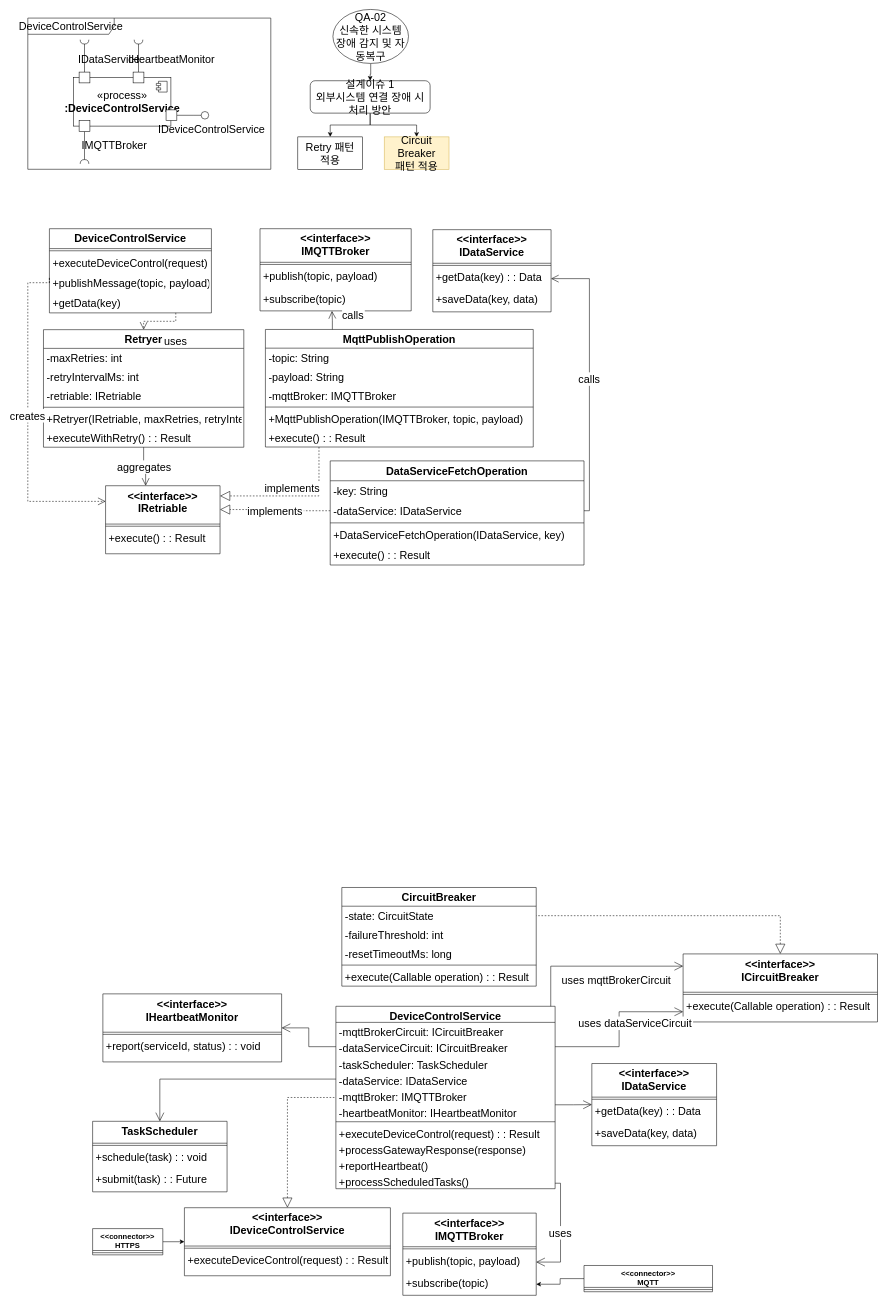
Earlier version of the draw.io diagram page "DeviceControlService" (3 of 5) of DetailedComponentDesign.drawio (GeniusHoon/AssociateArchitect). Source tidied: cells renumbered, new cells numbered last; positions are measured from the earlier drawing's top-left corner, leaving out a move shared by most shapes. Both pictures are drawn from the tidied source at 54%, with x=0, y=0 at pixel (28, 9).
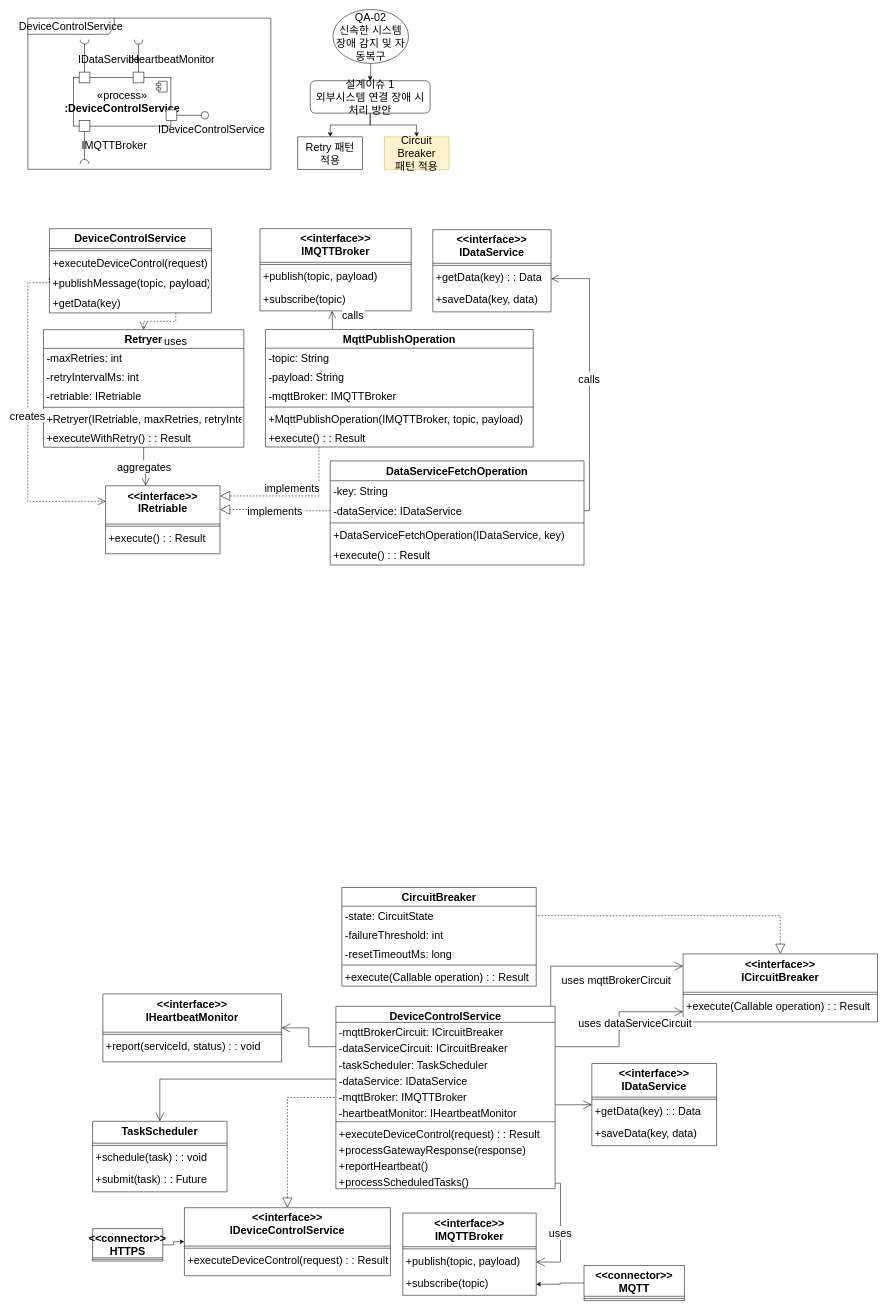
The same diagram, later.

Unchanged cells that the change refers to:
```xml
<mxCell id="93" value="&lt;&lt;interface&gt;&gt;&#10;IDeviceControlService" style="swimlane;fontStyle=1;align=center;verticalAlign=top;horizontal=1;startSize=70.98722076416016;fontSize=20;" parent="1" vertex="1">
  <mxGeometry x="290" y="2219" width="381.5" height="126" as="geometry" />
</mxCell>
<mxCell id="106" value="+subscribe(topic)" style="text;strokeColor=none;fillColor=none;align=left;verticalAlign=top;spacingLeft=4;spacingRight=4;overflow=hidden;points=[[0,0.5],[1,0.5]];portConstraint=eastwest;fontSize=20;" parent="103" vertex="1">
  <mxGeometry y="111.2" width="247" height="41" as="geometry" />
</mxCell>
```

What changed in the source:
```diff
@@
-    <mxCell id="118" style="edgeStyle=orthogonalEdgeStyle;rounded=0;jettySize=auto;html=1;exitX=0;exitY=0.5;exitDx=0;exitDy=0;entryX=1;entryY=0.5;entryDx=0;entryDy=0;" parent="1" edge="1" source="119" target="106">
+    <mxCell id="118" style="edgeStyle=orthogonalEdgeStyle;rounded=0;jettySize=auto;html=1;exitX=0;exitY=0.5;exitDx=0;exitDy=0;entryX=1;entryY=0.5;entryDx=0;entryDy=0;fontSize=20;" parent="1" edge="1" source="119" target="106">
       <mxGeometry relative="1" as="geometry" />
     </mxCell>
-    <mxCell id="119" value="&lt;&lt;connector&gt;&gt;&#10;MQTT" style="swimlane;fontStyle=1;align=center;verticalAlign=top;horizontal=1;startSize=40.56412615094866;fontSize=14;" parent="1" vertex="1">
-      <mxGeometry x="1030" y="2326" width="238" height="48.6" as="geometry" />
+    <mxCell id="119" value="&lt;&lt;connector&gt;&gt;&#10;MQTT" style="swimlane;fontStyle=1;align=center;verticalAlign=top;horizontal=1;startSize=57;fontSize=20;" parent="1" vertex="1">
+      <mxGeometry x="1030" y="2326" width="186" height="65" as="geometry" />
     </mxCell>
-    <mxCell id="120" style="line;strokeWidth=1;fillColor=none;align=left;verticalAlign=middle;spacingTop=-1;spacingLeft=3;spacingRight=3;labelPosition=right;strokeColor=inherit;fontSize=14;" parent="119" vertex="1">
-      <mxGeometry y="40.6" width="238" height="8" as="geometry" />
+    <mxCell id="120" style="line;strokeWidth=1;fillColor=none;align=left;verticalAlign=middle;spacingTop=-1;spacingLeft=3;spacingRight=3;labelPosition=right;strokeColor=inherit;fontSize=20;" parent="119" vertex="1">
+      <mxGeometry y="57" width="186" height="8" as="geometry" />
     </mxCell>
-    <mxCell id="121" style="edgeStyle=orthogonalEdgeStyle;rounded=0;jettySize=auto;html=1;exitX=1;exitY=0.5;exitDx=0;exitDy=0;entryX=0;entryY=0.5;entryDx=0;entryDy=0;" parent="1" edge="1" source="122" target="93">
+    <mxCell id="121" style="edgeStyle=orthogonalEdgeStyle;rounded=0;jettySize=auto;html=1;exitX=1;exitY=0.5;exitDx=0;exitDy=0;entryX=0;entryY=0.5;entryDx=0;entryDy=0;fontSize=20;" parent="1" edge="1" source="122" target="93">
       <mxGeometry relative="1" as="geometry" />
     </mxCell>
-    <mxCell id="122" value="&lt;&lt;connector&gt;&gt;&#10;HTTPS" style="swimlane;fontStyle=1;align=center;verticalAlign=top;horizontal=1;startSize=40.56412615094866;fontSize=14;" parent="1" vertex="1">
-      <mxGeometry x="120" y="2257.7" width="130" height="48.6" as="geometry" />
+    <mxCell id="122" value="&lt;&lt;connector&gt;&gt;&#10;HTTPS" style="swimlane;fontStyle=1;align=center;verticalAlign=top;horizontal=1;startSize=54;fontSize=20;" parent="1" vertex="1">
+      <mxGeometry x="120" y="2257.7" width="130" height="60.1" as="geometry" />
     </mxCell>
-    <mxCell id="123" style="line;strokeWidth=1;fillColor=none;align=left;verticalAlign=middle;spacingTop=-1;spacingLeft=3;spacingRight=3;labelPosition=right;strokeColor=inherit;fontSize=14;" parent="122" vertex="1">
-      <mxGeometry y="40.6" width="130" height="8" as="geometry" />
+    <mxCell id="123" style="line;strokeWidth=1;fillColor=none;align=left;verticalAlign=middle;spacingTop=-1;spacingLeft=3;spacingRight=3;labelPosition=right;strokeColor=inherit;fontSize=20;" parent="122" vertex="1">
+      <mxGeometry y="53.6" width="130" height="6.6" as="geometry" />
     </mxCell>
```
